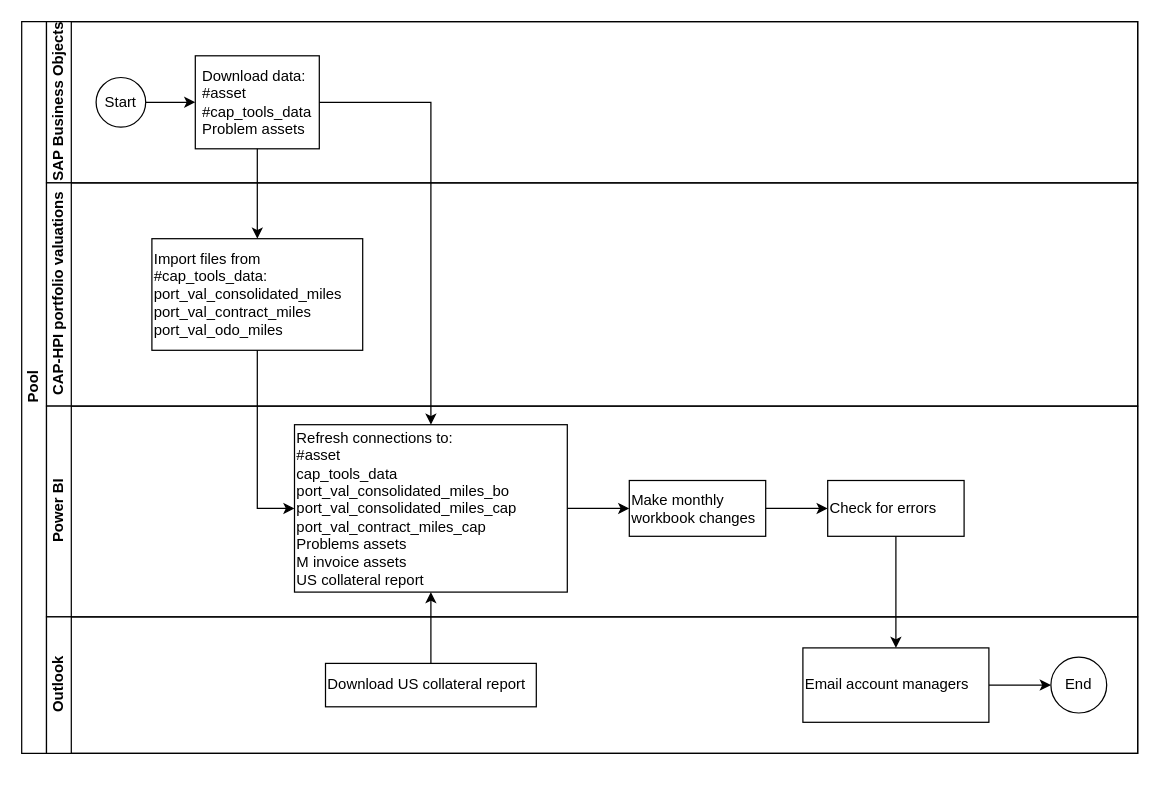
Earlier version of the draw.io diagram portfolio management dashboard - swimlanes.drawio (Mobenator/process_swimlanes). Source tidied: cells renumbered, new cells numbered last; positions are measured from the earlier drawing's top-left corner, leaving out a move shared by most shapes. Both pictures are drawn from the tidied source at 124%, with x=0, y=0 at pixel (21, 21).
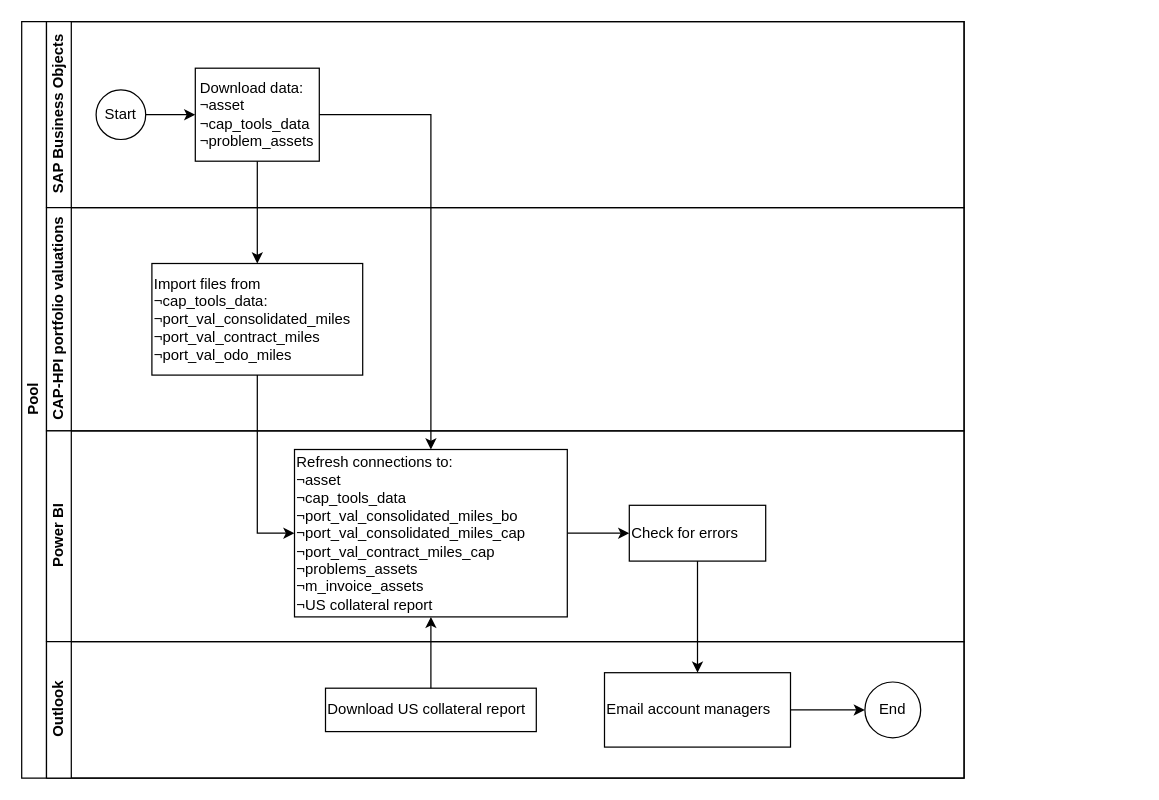
Above is the later version.

What changed in the source:
```diff
@@
     <mxCell id="2" value="Pool" style="swimlane;html=1;horizontal=0;startSize=20;" parent="1" vertex="1">
-      <mxGeometry width="900" height="590" as="geometry" />
+      <mxGeometry width="760" height="610" as="geometry" />
     </mxCell>
     <mxCell id="3" value="SAP Business Objects" style="swimlane;html=1;startSize=20;horizontal=0;" parent="2" vertex="1">
-      <mxGeometry x="20" width="880" height="130" as="geometry" />
+      <mxGeometry x="20" width="740" height="150" as="geometry" />
     </mxCell>
@@
     <mxCell id="5" value="Start" style="ellipse;whiteSpace=wrap;html=1;" parent="3" vertex="1">
-      <mxGeometry x="40" y="45" width="40" height="40" as="geometry" />
+      <mxGeometry x="40" y="55" width="40" height="40" as="geometry" />
     </mxCell>
-    <mxCell id="6" value="&lt;div style=&quot;text-align: left&quot;&gt;&lt;span&gt;Download data:&lt;/span&gt;&lt;/div&gt;&lt;div style=&quot;text-align: left&quot;&gt;&lt;span&gt;#asset&lt;/span&gt;&lt;/div&gt;&lt;div style=&quot;text-align: left&quot;&gt;&lt;span&gt;#cap_tools_data&lt;/span&gt;&lt;/div&gt;&lt;div style=&quot;text-align: left&quot;&gt;&lt;span&gt;Problem assets&lt;/span&gt;&lt;/div&gt;" style="rounded=0;whiteSpace=wrap;html=1;fontFamily=Helvetica;fontSize=12;fontColor=#000000;align=center;" parent="3" vertex="1">
-      <mxGeometry x="120" y="27.5" width="100" height="75" as="geometry" />
+    <mxCell id="6" value="&lt;div style=&quot;text-align: left&quot;&gt;&lt;span&gt;Download data:&lt;/span&gt;&lt;/div&gt;&lt;div style=&quot;text-align: left&quot;&gt;&lt;span&gt;¬asset&lt;/span&gt;&lt;/div&gt;&lt;div style=&quot;text-align: left&quot;&gt;&lt;span&gt;¬cap_tools_data&lt;/span&gt;&lt;/div&gt;&lt;div style=&quot;text-align: left&quot;&gt;&lt;span&gt;¬problem_assets&lt;/span&gt;&lt;/div&gt;" style="rounded=0;whiteSpace=wrap;html=1;fontFamily=Helvetica;fontSize=12;fontColor=#000000;align=center;" parent="3" vertex="1">
+      <mxGeometry x="120" y="37.5" width="100" height="75" as="geometry" />
     </mxCell>
     <mxCell id="7" value="CAP-HPI portfolio valuations" style="swimlane;html=1;startSize=20;horizontal=0;" parent="2" vertex="1">
-      <mxGeometry x="20" y="130" width="880" height="180" as="geometry" />
+      <mxGeometry x="20" y="150" width="740" height="180" as="geometry" />
     </mxCell>
-    <mxCell id="8" value="Import files from #cap_tools_data:&lt;br&gt;port_val_consolidated_miles&lt;br&gt;port_val_contract_miles&lt;br&gt;port_val_odo_miles&lt;br&gt;" style="rounded=0;whiteSpace=wrap;html=1;fontFamily=Helvetica;fontSize=12;fontColor=#000000;align=left;" parent="7" vertex="1">
+    <mxCell id="8" value="Import files from ¬cap_tools_data:&lt;br&gt;¬port_val_consolidated_miles&lt;br&gt;¬port_val_contract_miles&lt;br&gt;¬port_val_odo_miles" style="rounded=0;whiteSpace=wrap;html=1;fontFamily=Helvetica;fontSize=12;fontColor=#000000;align=left;" parent="7" vertex="1">
       <mxGeometry x="85" y="45" width="170" height="90" as="geometry" />
     </mxCell>
@@
     <mxCell id="10" value="Power BI" style="swimlane;html=1;startSize=20;horizontal=0;" parent="2" vertex="1">
-      <mxGeometry x="20" y="310" width="880" height="170" as="geometry" />
+      <mxGeometry x="20" y="330" width="740" height="170" as="geometry" />
     </mxCell>
-    <mxCell id="11" style="edgeStyle=orthogonalEdgeStyle;rounded=0;jettySize=auto;html=1;strokeColor=default;" parent="10" edge="1" source="12" target="14">
-      <mxGeometry relative="1" as="geometry" />
+    <mxCell id="11" style="edgeStyle=orthogonalEdgeStyle;rounded=0;jettySize=auto;html=1;strokeColor=default;" parent="10" edge="1" source="12">
+      <mxGeometry relative="1" as="geometry">
+        <mxPoint x="470" y="82.5" as="targetPoint" />
+      </mxGeometry>
     </mxCell>
-    <mxCell id="12" value="Refresh connections to:&lt;br&gt;#asset&lt;br&gt;cap_tools_data&lt;br&gt;port_val_consolidated_miles_bo&lt;br&gt;port_val_consolidated_miles_cap&lt;br&gt;port_val_contract_miles_cap&lt;br&gt;Problems assets&lt;br&gt;M invoice assets&lt;br&gt;US collateral report" style="rounded=0;whiteSpace=wrap;html=1;fontFamily=Helvetica;fontSize=12;fontColor=#000000;align=left;" parent="10" vertex="1">
+    <mxCell id="12" value="Refresh connections to:&lt;br&gt;¬asset&lt;br&gt;¬cap_tools_data&lt;br&gt;¬port_val_consolidated_miles_bo&lt;br&gt;¬port_val_consolidated_miles_cap&lt;br&gt;¬port_val_contract_miles_cap&lt;br&gt;¬problems_assets&lt;br&gt;¬m_invoice_assets&lt;br&gt;¬US collateral report" style="rounded=0;whiteSpace=wrap;html=1;fontFamily=Helvetica;fontSize=12;fontColor=#000000;align=left;" parent="10" vertex="1">
       <mxGeometry x="200" y="15" width="220" height="135" as="geometry" />
     </mxCell>
-    <mxCell id="13" style="edgeStyle=orthogonalEdgeStyle;rounded=0;jettySize=auto;html=1;strokeColor=default;" parent="10" edge="1" source="14" target="15">
-      <mxGeometry relative="1" as="geometry" />
-    </mxCell>
-    <mxCell id="14" value="Make monthly workbook changes" style="rounded=0;whiteSpace=wrap;html=1;fontFamily=Helvetica;fontSize=12;fontColor=#000000;align=left;" parent="10" vertex="1">
-      <mxGeometry x="470" y="60" width="110" height="45" as="geometry" />
-    </mxCell>
     <mxCell id="15" value="Check for errors" style="rounded=0;whiteSpace=wrap;html=1;fontFamily=Helvetica;fontSize=12;fontColor=#000000;align=left;" parent="10" vertex="1">
-      <mxGeometry x="630" y="60" width="110" height="45" as="geometry" />
+      <mxGeometry x="470" y="60" width="110" height="45" as="geometry" />
     </mxCell>
     <mxCell id="16" value="Outlook" style="swimlane;html=1;startSize=20;horizontal=0;" parent="2" vertex="1">
-      <mxGeometry x="20" y="480" width="880" height="110" as="geometry" />
+      <mxGeometry x="20" y="500" width="740" height="110" as="geometry" />
     </mxCell>
@@
     <mxCell id="19" value="Email account managers" style="whiteSpace=wrap;html=1;align=left;fontColor=#000000;rounded=0;" parent="16" vertex="1">
-      <mxGeometry x="610" y="25" width="150" height="60" as="geometry" />
+      <mxGeometry x="450" y="25" width="150" height="60" as="geometry" />
     </mxCell>
     <mxCell id="20" value="End" style="ellipse;whiteSpace=wrap;html=1;align=center;fontColor=#000000;rounded=0;" parent="16" vertex="1">
-      <mxGeometry x="810" y="32.5" width="45" height="45" as="geometry" />
+      <mxGeometry x="660" y="32.5" width="45" height="45" as="geometry" />
     </mxCell>
@@
     <mxCell id="23" style="edgeStyle=orthogonalEdgeStyle;rounded=0;jettySize=auto;html=1;strokeColor=default;" parent="2" edge="1" source="6" target="12">
       <mxGeometry relative="1" as="geometry">
         <Array as="points">
-          <mxPoint x="330" y="65" />
+          <mxPoint x="330" y="75" />
         </Array>
       </mxGeometry>
     </mxCell>
```
